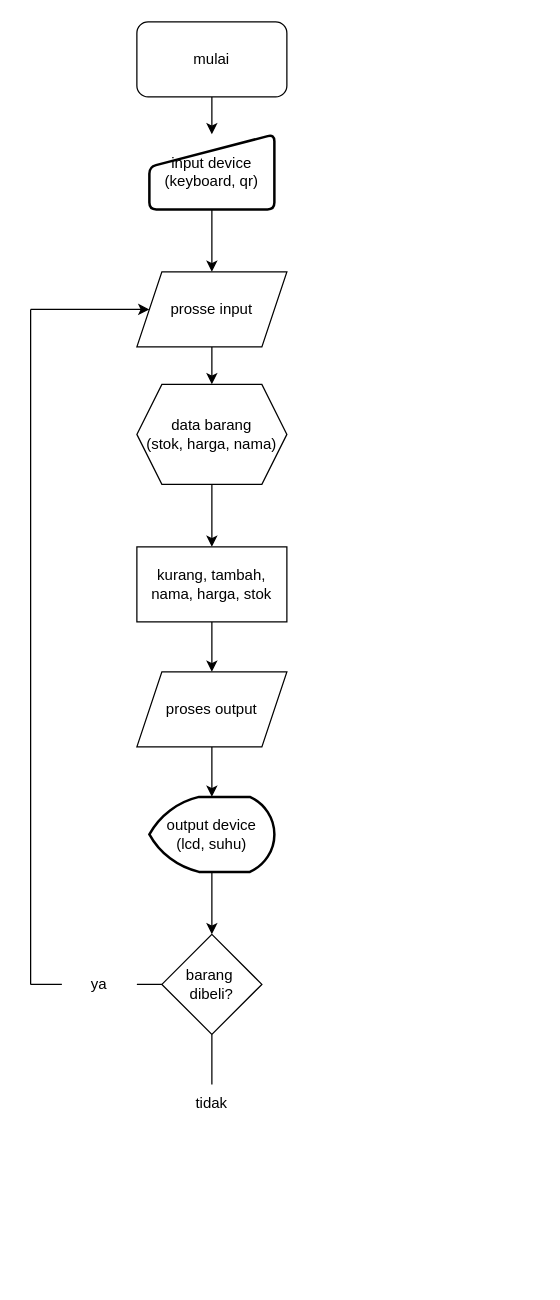
Above: page "Page-2" (2 of 2) of Untitled Diagram.drawio in IrianEka/136-jayamahe-rakpintar (draw.io), before the change. Source tidied: cells renumbered, new cells numbered last; positions are measured from the earlier drawing's top-left corner, leaving out a move shared by most shapes. Both pictures are drawn from the tidied source at 125%, with x=0, y=0 at pixel (30, 21).
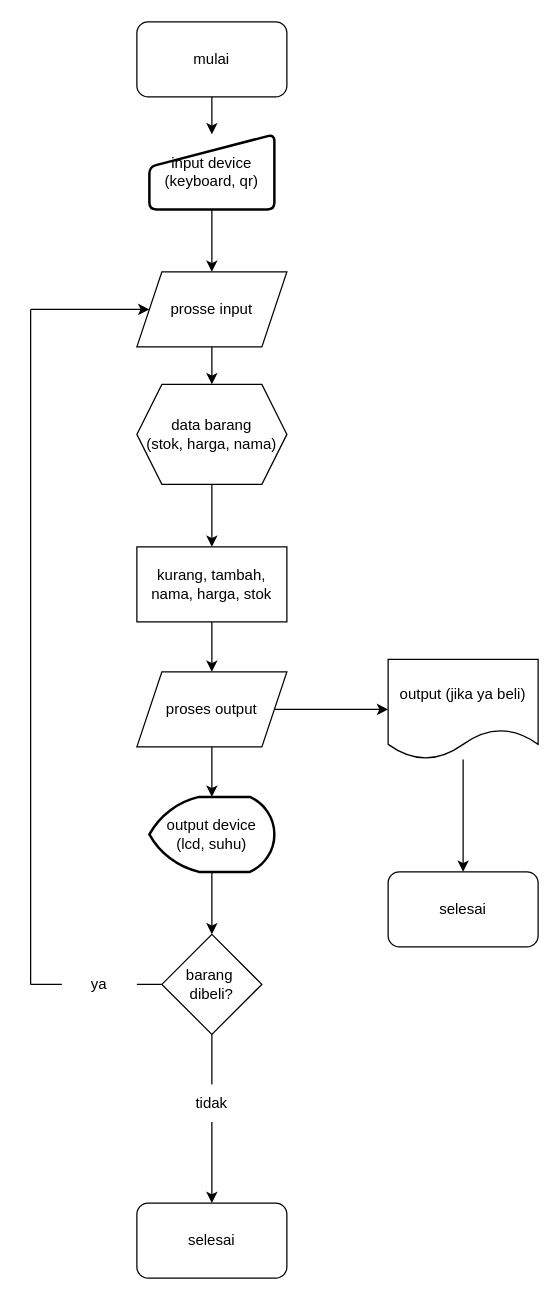
The same diagram, later.

The change refers to these unchanged cells:
```xml
<mxCell id="11" value="proses output" style="shape=parallelogram;perimeter=parallelogramPerimeter;whiteSpace=wrap;html=1;fixedSize=1;" parent="1" vertex="1">
  <mxGeometry x="85" y="520" width="120" height="60" as="geometry" />
</mxCell>
<mxCell id="22" value="tidak" style="text;html=1;strokeColor=none;fillColor=none;align=center;verticalAlign=middle;whiteSpace=wrap;rounded=0;" parent="1" vertex="1">
  <mxGeometry x="115" y="850" width="60" height="30" as="geometry" />
</mxCell>
```

The edit, as a diff of the source:
```diff
@@
+    <mxCell id="24" style="edgeStyle=orthogonalEdgeStyle;rounded=0;jettySize=auto;html=1;" parent="1" edge="1" source="11" target="27">
+      <mxGeometry relative="1" as="geometry" />
+    </mxCell>
@@
+    <mxCell id="25" style="edgeStyle=orthogonalEdgeStyle;rounded=0;jettySize=auto;html=1;" parent="1" edge="1" source="22" target="29">
+      <mxGeometry relative="1" as="geometry" />
+    </mxCell>
@@
+    <mxCell id="26" style="edgeStyle=orthogonalEdgeStyle;rounded=0;jettySize=auto;html=1;" parent="1" edge="1" source="27" target="28">
+      <mxGeometry relative="1" as="geometry" />
+    </mxCell>
+    <mxCell id="27" value="output (jika ya beli)" style="shape=document;whiteSpace=wrap;html=1;boundedLbl=1;" parent="1" vertex="1">
+      <mxGeometry x="286" y="510" width="120" height="80" as="geometry" />
+    </mxCell>
+    <mxCell id="28" value="selesai" style="rounded=1;whiteSpace=wrap;html=1;" parent="1" vertex="1">
+      <mxGeometry x="286" y="680" width="120" height="60" as="geometry" />
+    </mxCell>
+    <mxCell id="29" value="selesai" style="rounded=1;whiteSpace=wrap;html=1;" parent="1" vertex="1">
+      <mxGeometry x="85" y="945" width="120" height="60" as="geometry" />
+    </mxCell>
```
